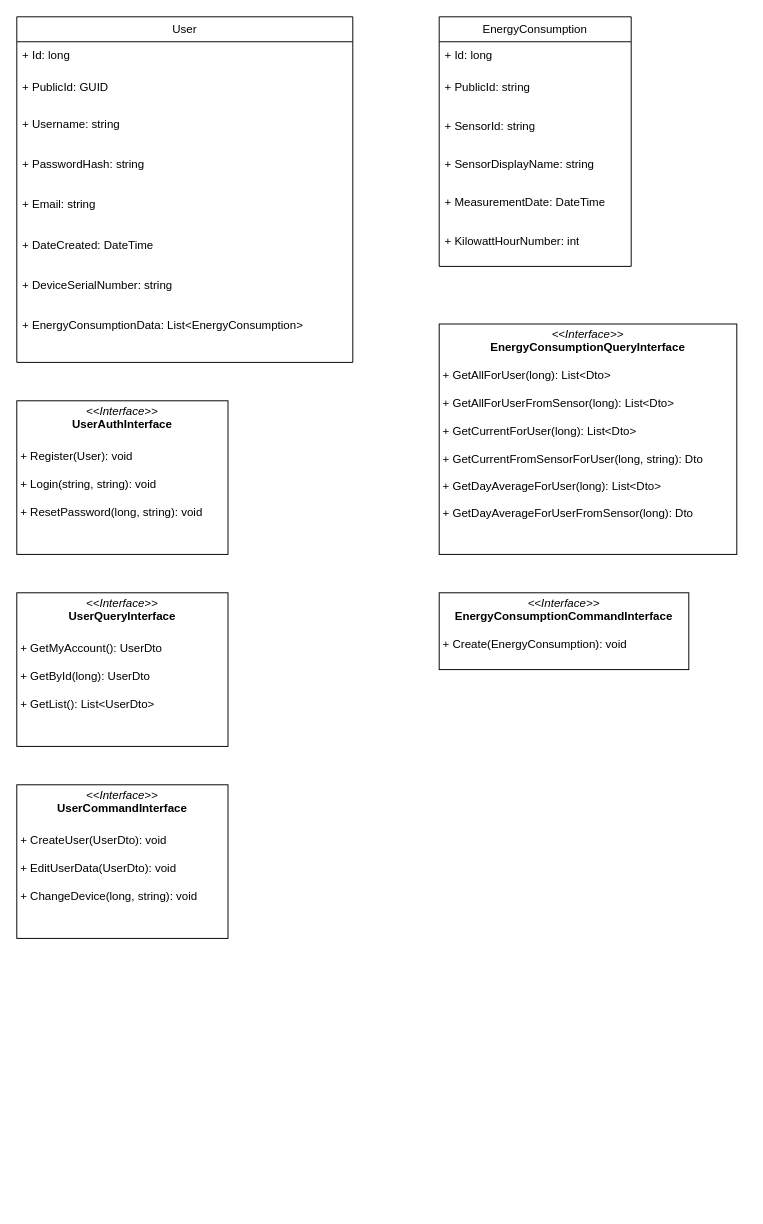
Before: page "Model danych domenowych" (2 of 2) of Calcis.drawio in HubertSmiechowicz/Calcis, a draw.io diagram. Source tidied: cells renumbered, new cells numbered last; positions are measured from the earlier drawing's top-left corner, leaving out a move shared by most shapes. Both pictures are drawn from the tidied source at 96%, with x=0, y=0 at pixel (16, 16).
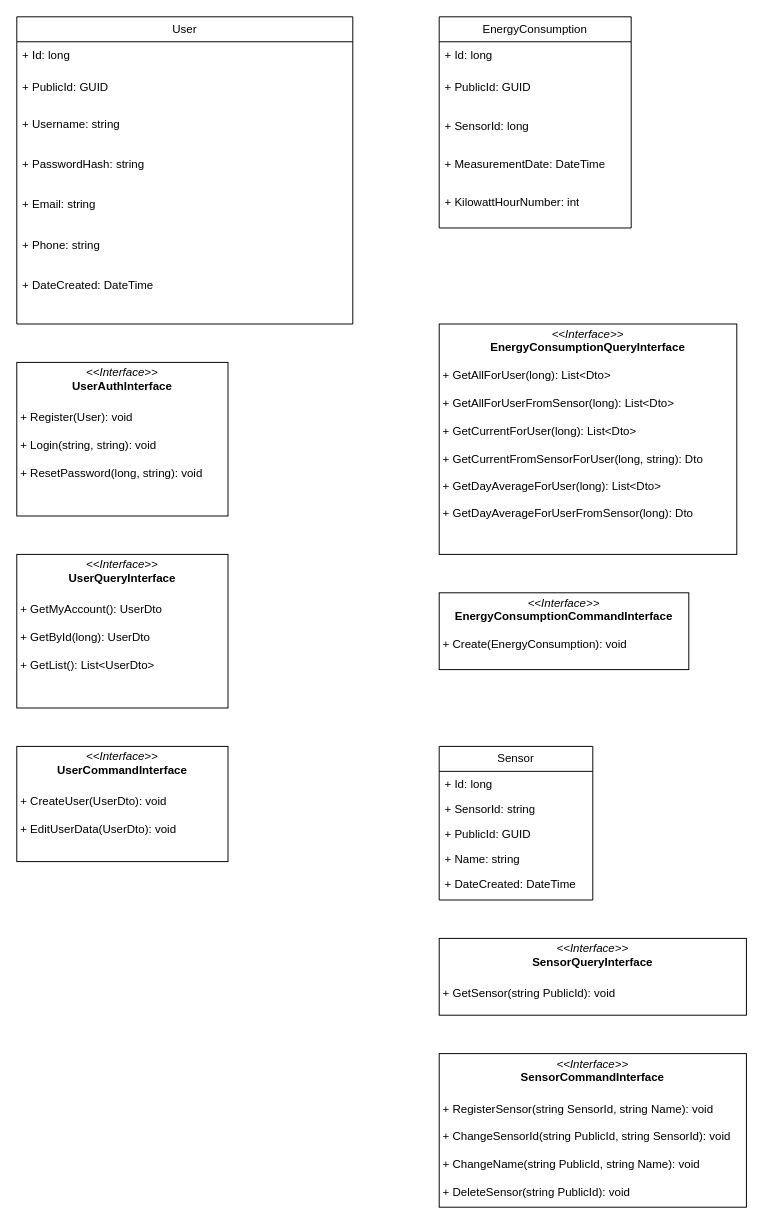
After the change.

Commit message (it also covers changes not shown here):
Added Sensor to Domain Data Model

The edit, as a diff of the source:
```diff
@@
     <mxCell id="2" value="User" style="swimlane;fontStyle=0;horizontal=1;startSize=26;fillColor=none;whiteSpace=wrap;html=1;" parent="1" vertex="1">
-      <mxGeometry width="350" height="360" as="geometry" />
+      <mxGeometry width="350" height="320" as="geometry" />
     </mxCell>
@@
-    <mxCell id="8" value="+ DateCreated: DateTime" style="text;strokeColor=none;fillColor=none;align=left;verticalAlign=top;spacingLeft=4;spacingRight=4;overflow=hidden;whiteSpace=wrap;html=1;" parent="2" vertex="1">
+    <mxCell id="8" value="+ Phone: string" style="text;strokeColor=none;fillColor=none;align=left;verticalAlign=top;spacingLeft=4;spacingRight=4;overflow=hidden;whiteSpace=wrap;html=1;" parent="2" vertex="1">
       <mxGeometry y="224" width="350" height="42" as="geometry" />
     </mxCell>
-    <mxCell id="9" value="+ DeviceSerialNumber: string" style="text;strokeColor=none;fillColor=none;align=left;verticalAlign=top;spacingLeft=4;spacingRight=4;overflow=hidden;whiteSpace=wrap;html=1;" parent="2" vertex="1">
-      <mxGeometry y="266" width="350" height="42" as="geometry" />
-    </mxCell>
-    <mxCell id="10" value="+ EnergyConsumptionData: List&amp;lt;EnergyConsumption&amp;gt;" style="text;strokeColor=none;fillColor=none;align=left;verticalAlign=top;spacingLeft=4;spacingRight=4;overflow=hidden;whiteSpace=wrap;html=1;" parent="2" vertex="1">
-      <mxGeometry y="308" width="350" height="52" as="geometry" />
-    </mxCell>
+    <mxCell id="23" value="+ DateCreated: DateTime" style="text;strokeColor=none;fillColor=none;align=left;verticalAlign=top;spacingLeft=4;spacingRight=4;overflow=hidden;whiteSpace=wrap;html=1;" parent="2" vertex="1">
+      <mxGeometry y="266" width="350" height="54" as="geometry" />
+    </mxCell>
     <mxCell id="11" value="&lt;p style=&quot;margin:0px;margin-top:4px;text-align:center;&quot;&gt;&lt;i&gt;&amp;lt;&amp;lt;Interface&amp;gt;&amp;gt;&lt;/i&gt;&lt;br&gt;&lt;b&gt;UserAuthInterface&lt;/b&gt;&lt;/p&gt;&lt;p style=&quot;margin:0px;margin-top:4px;text-align:center;&quot;&gt;&lt;b&gt;&lt;br&gt;&lt;/b&gt;&lt;/p&gt;&lt;p style=&quot;margin:0px;margin-left:4px;&quot;&gt;+ Register(User): void&lt;/p&gt;&lt;p style=&quot;margin:0px;margin-left:4px;&quot;&gt;&lt;br&gt;+ Login(string, string): void&lt;/p&gt;&lt;p style=&quot;margin:0px;margin-left:4px;&quot;&gt;&lt;br&gt;&lt;/p&gt;&lt;p style=&quot;margin:0px;margin-left:4px;&quot;&gt;+ ResetPassword(long, string): void&lt;br&gt;&lt;/p&gt;" style="verticalAlign=top;align=left;overflow=fill;html=1;whiteSpace=wrap;" parent="1" vertex="1">
-      <mxGeometry y="400" width="220" height="160" as="geometry" />
+      <mxGeometry y="360" width="220" height="160" as="geometry" />
     </mxCell>
     <mxCell id="12" value="&lt;p style=&quot;margin:0px;margin-top:4px;text-align:center;&quot;&gt;&lt;i&gt;&amp;lt;&amp;lt;Interface&amp;gt;&amp;gt;&lt;/i&gt;&lt;br&gt;&lt;b&gt;UserQueryInterface&lt;/b&gt;&lt;/p&gt;&lt;p style=&quot;margin:0px;margin-top:4px;text-align:center;&quot;&gt;&lt;b&gt;&lt;br&gt;&lt;/b&gt;&lt;/p&gt;&lt;p style=&quot;margin:0px;margin-left:4px;&quot;&gt;+ GetMyAccount(): UserDto&lt;/p&gt;&lt;p style=&quot;margin:0px;margin-left:4px;&quot;&gt;&lt;br&gt;+ GetById(long): UserDto&lt;/p&gt;&lt;p style=&quot;margin:0px;margin-left:4px;&quot;&gt;&lt;br&gt;&lt;/p&gt;&lt;p style=&quot;margin:0px;margin-left:4px;&quot;&gt;+ GetList(): List&amp;lt;UserDto&amp;gt;&lt;br&gt;&lt;/p&gt;" style="verticalAlign=top;align=left;overflow=fill;html=1;whiteSpace=wrap;" parent="1" vertex="1">
-      <mxGeometry y="600" width="220" height="160" as="geometry" />
+      <mxGeometry y="560" width="220" height="160" as="geometry" />
     </mxCell>
-    <mxCell id="13" value="&lt;p style=&quot;margin:0px;margin-top:4px;text-align:center;&quot;&gt;&lt;i&gt;&amp;lt;&amp;lt;Interface&amp;gt;&amp;gt;&lt;/i&gt;&lt;br&gt;&lt;b&gt;UserCommandInterface&lt;/b&gt;&lt;/p&gt;&lt;p style=&quot;margin:0px;margin-top:4px;text-align:center;&quot;&gt;&lt;b&gt;&lt;br&gt;&lt;/b&gt;&lt;/p&gt;&lt;p style=&quot;margin:0px;margin-left:4px;&quot;&gt;+ CreateUser(UserDto): void&lt;/p&gt;&lt;p style=&quot;margin:0px;margin-left:4px;&quot;&gt;&lt;br&gt;+ EditUserData(UserDto): void&lt;/p&gt;&lt;p style=&quot;margin:0px;margin-left:4px;&quot;&gt;&lt;br&gt;&lt;/p&gt;&lt;p style=&quot;margin:0px;margin-left:4px;&quot;&gt;+ ChangeDevice(long, string): void&lt;br&gt;&lt;/p&gt;" style="verticalAlign=top;align=left;overflow=fill;html=1;whiteSpace=wrap;" parent="1" vertex="1">
-      <mxGeometry y="800" width="220" height="160" as="geometry" />
+    <mxCell id="13" value="&lt;p style=&quot;margin:0px;margin-top:4px;text-align:center;&quot;&gt;&lt;i&gt;&amp;lt;&amp;lt;Interface&amp;gt;&amp;gt;&lt;/i&gt;&lt;br&gt;&lt;b&gt;UserCommandInterface&lt;/b&gt;&lt;/p&gt;&lt;p style=&quot;margin:0px;margin-top:4px;text-align:center;&quot;&gt;&lt;b&gt;&lt;br&gt;&lt;/b&gt;&lt;/p&gt;&lt;p style=&quot;margin:0px;margin-left:4px;&quot;&gt;+ CreateUser(UserDto): void&lt;/p&gt;&lt;p style=&quot;margin:0px;margin-left:4px;&quot;&gt;&lt;br&gt;+ EditUserData(UserDto): void&lt;/p&gt;&lt;p style=&quot;margin:0px;margin-left:4px;&quot;&gt;&lt;br&gt;&lt;/p&gt;" style="verticalAlign=top;align=left;overflow=fill;html=1;whiteSpace=wrap;" parent="1" vertex="1">
+      <mxGeometry y="760" width="220" height="120" as="geometry" />
     </mxCell>
     <mxCell id="14" value="EnergyConsumption" style="swimlane;fontStyle=0;horizontal=1;startSize=26;fillColor=none;whiteSpace=wrap;html=1;" parent="1" vertex="1">
-      <mxGeometry x="440" width="200" height="260" as="geometry" />
+      <mxGeometry x="440" width="200" height="220" as="geometry" />
     </mxCell>
@@
-    <mxCell id="16" value="+ PublicId: string" style="text;strokeColor=none;fillColor=none;align=left;verticalAlign=top;spacingLeft=4;spacingRight=4;overflow=hidden;whiteSpace=wrap;html=1;" parent="14" vertex="1">
+    <mxCell id="16" value="+ PublicId: GUID" style="text;strokeColor=none;fillColor=none;align=left;verticalAlign=top;spacingLeft=4;spacingRight=4;overflow=hidden;whiteSpace=wrap;html=1;" parent="14" vertex="1">
       <mxGeometry y="60" width="200" height="40" as="geometry" />
     </mxCell>
-    <mxCell id="17" value="+ SensorId: string" style="text;strokeColor=none;fillColor=none;align=left;verticalAlign=top;spacingLeft=4;spacingRight=4;overflow=hidden;whiteSpace=wrap;html=1;" parent="14" vertex="1">
+    <mxCell id="17" value="+ SensorId: long&lt;div&gt;&lt;br&gt;&lt;/div&gt;" style="text;strokeColor=none;fillColor=none;align=left;verticalAlign=top;spacingLeft=4;spacingRight=4;overflow=hidden;whiteSpace=wrap;html=1;" parent="14" vertex="1">
       <mxGeometry y="100" width="200" height="40" as="geometry" />
     </mxCell>
-    <mxCell id="18" value="+ SensorDisplayName: string" style="text;strokeColor=none;fillColor=none;align=left;verticalAlign=top;spacingLeft=4;spacingRight=4;overflow=hidden;whiteSpace=wrap;html=1;" parent="14" vertex="1">
-      <mxGeometry y="140" width="200" height="40" as="geometry" />
-    </mxCell>
     <mxCell id="19" value="+ MeasurementDate: DateTime" style="text;strokeColor=none;fillColor=none;align=left;verticalAlign=top;spacingLeft=4;spacingRight=4;overflow=hidden;whiteSpace=wrap;html=1;" parent="14" vertex="1">
-      <mxGeometry y="180" width="200" height="40" as="geometry" />
+      <mxGeometry y="140" width="200" height="40" as="geometry" />
     </mxCell>
     <mxCell id="20" value="+ KilowattHourNumber: int" style="text;strokeColor=none;fillColor=none;align=left;verticalAlign=top;spacingLeft=4;spacingRight=4;overflow=hidden;whiteSpace=wrap;html=1;" parent="14" vertex="1">
-      <mxGeometry y="220" width="200" height="40" as="geometry" />
+      <mxGeometry y="180" width="200" height="40" as="geometry" />
     </mxCell>
@@
+    <mxCell id="24" value="Sensor" style="swimlane;fontStyle=0;horizontal=1;startSize=26;fillColor=none;whiteSpace=wrap;html=1;" parent="1" vertex="1">
+      <mxGeometry x="440" y="760" width="160" height="160" as="geometry" />
+    </mxCell>
+    <mxCell id="25" value="+ Id: long" style="text;strokeColor=none;fillColor=none;align=left;verticalAlign=top;spacingLeft=4;spacingRight=4;overflow=hidden;whiteSpace=wrap;html=1;" parent="24" vertex="1">
+      <mxGeometry y="26" width="160" height="26" as="geometry" />
+    </mxCell>
+    <mxCell id="26" value="+ SensorId: string" style="text;strokeColor=none;fillColor=none;align=left;verticalAlign=top;spacingLeft=4;spacingRight=4;overflow=hidden;whiteSpace=wrap;html=1;" parent="24" vertex="1">
+      <mxGeometry y="52" width="160" height="26" as="geometry" />
+    </mxCell>
+    <mxCell id="27" value="+ PublicId: GUID" style="text;strokeColor=none;fillColor=none;align=left;verticalAlign=top;spacingLeft=4;spacingRight=4;overflow=hidden;whiteSpace=wrap;html=1;" parent="24" vertex="1">
+      <mxGeometry y="78" width="160" height="26" as="geometry" />
+    </mxCell>
+    <mxCell id="28" value="+ Name: string" style="text;strokeColor=none;fillColor=none;align=left;verticalAlign=top;spacingLeft=4;spacingRight=4;overflow=hidden;whiteSpace=wrap;html=1;" parent="24" vertex="1">
+      <mxGeometry y="104" width="160" height="26" as="geometry" />
+    </mxCell>
+    <mxCell id="29" value="+ DateCreated: DateTime" style="text;strokeColor=none;fillColor=none;align=left;verticalAlign=top;spacingLeft=4;spacingRight=4;overflow=hidden;whiteSpace=wrap;html=1;" parent="24" vertex="1">
+      <mxGeometry y="130" width="160" height="30" as="geometry" />
+    </mxCell>
+    <mxCell id="30" value="&lt;p style=&quot;margin:0px;margin-top:4px;text-align:center;&quot;&gt;&lt;i&gt;&amp;lt;&amp;lt;Interface&amp;gt;&amp;gt;&lt;/i&gt;&lt;br&gt;&lt;b&gt;SensorCommandInterface&lt;/b&gt;&lt;/p&gt;&lt;p style=&quot;margin:0px;margin-top:4px;text-align:center;&quot;&gt;&lt;b&gt;&lt;br&gt;&lt;/b&gt;&lt;/p&gt;&lt;p style=&quot;margin:0px;margin-left:4px;&quot;&gt;+ RegisterSensor(string SensorId, string Name): void&lt;/p&gt;&lt;p style=&quot;margin:0px;margin-left:4px;&quot;&gt;&lt;br&gt;&lt;/p&gt;&lt;p style=&quot;margin: 0px 0px 0px 4px;&quot;&gt;+ ChangeSensorId(string PublicId, string SensorId): void&lt;/p&gt;&lt;p style=&quot;margin:0px;margin-left:4px;&quot;&gt;&lt;br&gt;+ ChangeName(string PublicId, string Name): void&lt;/p&gt;&lt;p style=&quot;margin:0px;margin-left:4px;&quot;&gt;&lt;br&gt;&lt;/p&gt;&lt;p style=&quot;margin: 0px 0px 0px 4px;&quot;&gt;+ DeleteSensor(string PublicId): void&lt;/p&gt;&lt;p style=&quot;margin: 0px 0px 0px 4px;&quot;&gt;&lt;br&gt;&lt;/p&gt;" style="verticalAlign=top;align=left;overflow=fill;html=1;whiteSpace=wrap;" parent="1" vertex="1">
+      <mxGeometry x="440" y="1080" width="320" height="160" as="geometry" />
+    </mxCell>
+    <mxCell id="31" value="&lt;p style=&quot;margin:0px;margin-top:4px;text-align:center;&quot;&gt;&lt;i&gt;&amp;lt;&amp;lt;Interface&amp;gt;&amp;gt;&lt;/i&gt;&lt;br&gt;&lt;b&gt;SensorQueryInterface&lt;/b&gt;&lt;/p&gt;&lt;p style=&quot;margin:0px;margin-top:4px;text-align:center;&quot;&gt;&lt;b&gt;&lt;br&gt;&lt;/b&gt;&lt;/p&gt;&lt;p style=&quot;margin:0px;margin-left:4px;&quot;&gt;+ GetSensor(string PublicId): void&lt;/p&gt;&lt;p style=&quot;margin:0px;margin-left:4px;&quot;&gt;&lt;br&gt;&lt;/p&gt;&lt;p style=&quot;margin: 0px 0px 0px 4px;&quot;&gt;&lt;br&gt;&lt;/p&gt;&lt;p style=&quot;margin:0px;margin-left:4px;&quot;&gt;&lt;br&gt;&lt;/p&gt;&lt;p style=&quot;margin: 0px 0px 0px 4px;&quot;&gt;&lt;br&gt;&lt;/p&gt;" style="verticalAlign=top;align=left;overflow=fill;html=1;whiteSpace=wrap;" parent="1" vertex="1">
+      <mxGeometry x="440" y="960" width="320" height="80" as="geometry" />
+    </mxCell>
```
